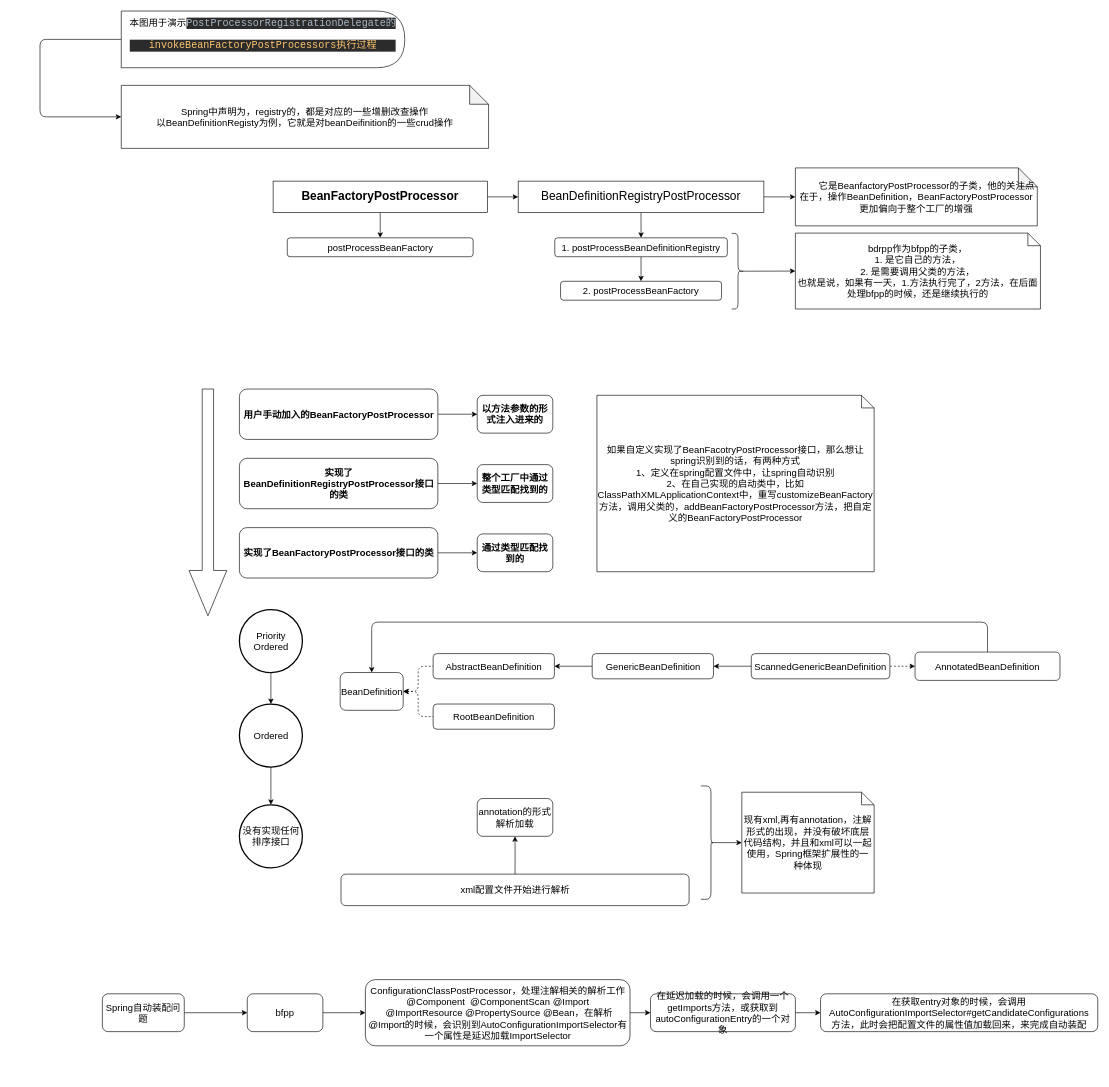
Before: spring/beanFactoryPostProcessor.drawio in ZWYXY/all_images, a draw.io diagram. Source tidied: cells renumbered, new cells numbered last; positions are measured from the earlier drawing's top-left corner, leaving out a move shared by most shapes. Both pictures are drawn from the tidied source at 63%, with x=0, y=0 at pixel (40, 11).
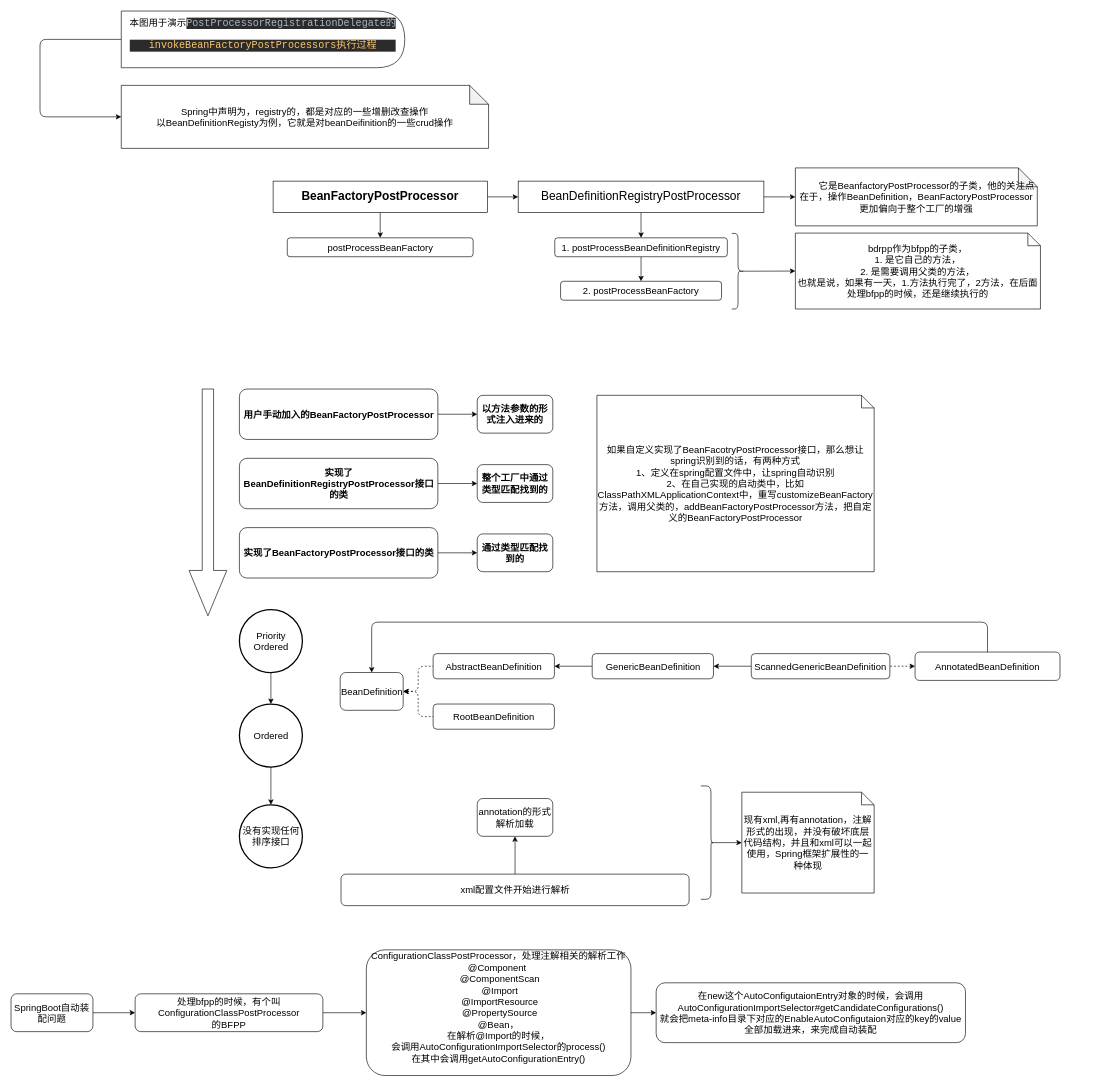
After the change.

Change to the diagram source:
```diff
@@
-    <mxCell id="52" value="bfpp" style="rounded=1;whiteSpace=wrap;html=1;fontSize=15;" parent="1" vertex="1">
-      <mxGeometry x="329" y="1560" width="120" height="60" as="geometry" />
+    <mxCell id="52" value="处理bfpp的时候，有个叫ConfigurationClassPostProcessor&lt;br&gt;的BFPP" style="rounded=1;whiteSpace=wrap;html=1;fontSize=15;" parent="1" vertex="1">
+      <mxGeometry x="151" y="1560" width="298" height="60" as="geometry" />
     </mxCell>
@@
-    <mxCell id="54" value="ConfigurationClassPostProcessor，处理注解相关的解析工作&lt;br&gt;@Component&amp;nbsp; @ComponentScan @Import&lt;br&gt;&amp;nbsp;@ImportResource @PropertySource @Bean，在解析@Import的时候，会识别到AutoConfigurationImportSelector有一个属性是延迟加载ImportSelector" style="rounded=1;whiteSpace=wrap;html=1;fontSize=15;" parent="1" vertex="1">
-      <mxGeometry x="516.5" y="1537.5" width="420" height="105" as="geometry" />
+    <mxCell id="54" value="ConfigurationClassPostProcessor，处理注解相关的解析工作&lt;br&gt;@Component&amp;nbsp;&lt;br&gt;&amp;nbsp;@ComponentScan&lt;br&gt;&amp;nbsp;@Import&lt;br&gt;&amp;nbsp;@ImportResource&lt;br&gt;&amp;nbsp;@PropertySource &lt;br&gt;@Bean，&lt;br&gt;在解析@Import的时候，&lt;br&gt;会调用AutoConfigurationImportSelector的process()&lt;br&gt;在其中会调用getAutoConfigurationEntry()&lt;br&gt;&lt;br&gt;" style="rounded=1;whiteSpace=wrap;html=1;fontSize=15;" parent="1" vertex="1">
+      <mxGeometry x="518" y="1490.2" width="420" height="199.5" as="geometry" />
     </mxCell>
-    <mxCell id="55" style="edgeStyle=orthogonalEdgeStyle;html=1;fontSize=15;startArrow=none;startFill=0;endArrow=classic;endFill=1;" parent="1" edge="1" source="56" target="57">
-      <mxGeometry relative="1" as="geometry" />
-    </mxCell>
-    <mxCell id="56" value="在延迟加载的时候，会调用一个getImports方法，或获取到autoConfigurationEntry的一个对象" style="rounded=1;whiteSpace=wrap;html=1;fontSize=15;" parent="1" vertex="1">
-      <mxGeometry x="969" y="1560" width="230" height="60" as="geometry" />
+    <mxCell id="56" value="在new这个AutoConfigutaionEntry对象的时候，会调用&lt;br&gt;AutoConfigurationImportSelector#getCandidateConfigurations()&lt;br&gt;就会把meta-info目录下对应的EnableAutoConfigutaion对应的key的value全部加载进来，来完成自动装配" style="rounded=1;whiteSpace=wrap;html=1;fontSize=15;" parent="1" vertex="1">
+      <mxGeometry x="978" y="1542.5" width="491" height="95" as="geometry" />
     </mxCell>
-    <mxCell id="57" value="在获取entry对象的时候，会调用AutoConfigurationImportSelector#getCandidateConfigurations&lt;br&gt;方法，此时会把配置文件的属性值加载回来，来完成自动装配" style="rounded=1;whiteSpace=wrap;html=1;fontSize=15;" parent="1" vertex="1">
-      <mxGeometry x="1239" y="1560" width="440" height="60" as="geometry" />
-    </mxCell>
@@
-    <mxCell id="59" value="Spring自动装配问题" style="rounded=1;whiteSpace=wrap;html=1;fontSize=15;" parent="1" vertex="1">
-      <mxGeometry x="99" y="1560" width="130" height="60" as="geometry" />
+    <mxCell id="59" value="SpringBoot自动装配问题" style="rounded=1;whiteSpace=wrap;html=1;fontSize=15;" parent="1" vertex="1">
+      <mxGeometry x="-46" y="1560" width="130" height="60" as="geometry" />
     </mxCell>
```
